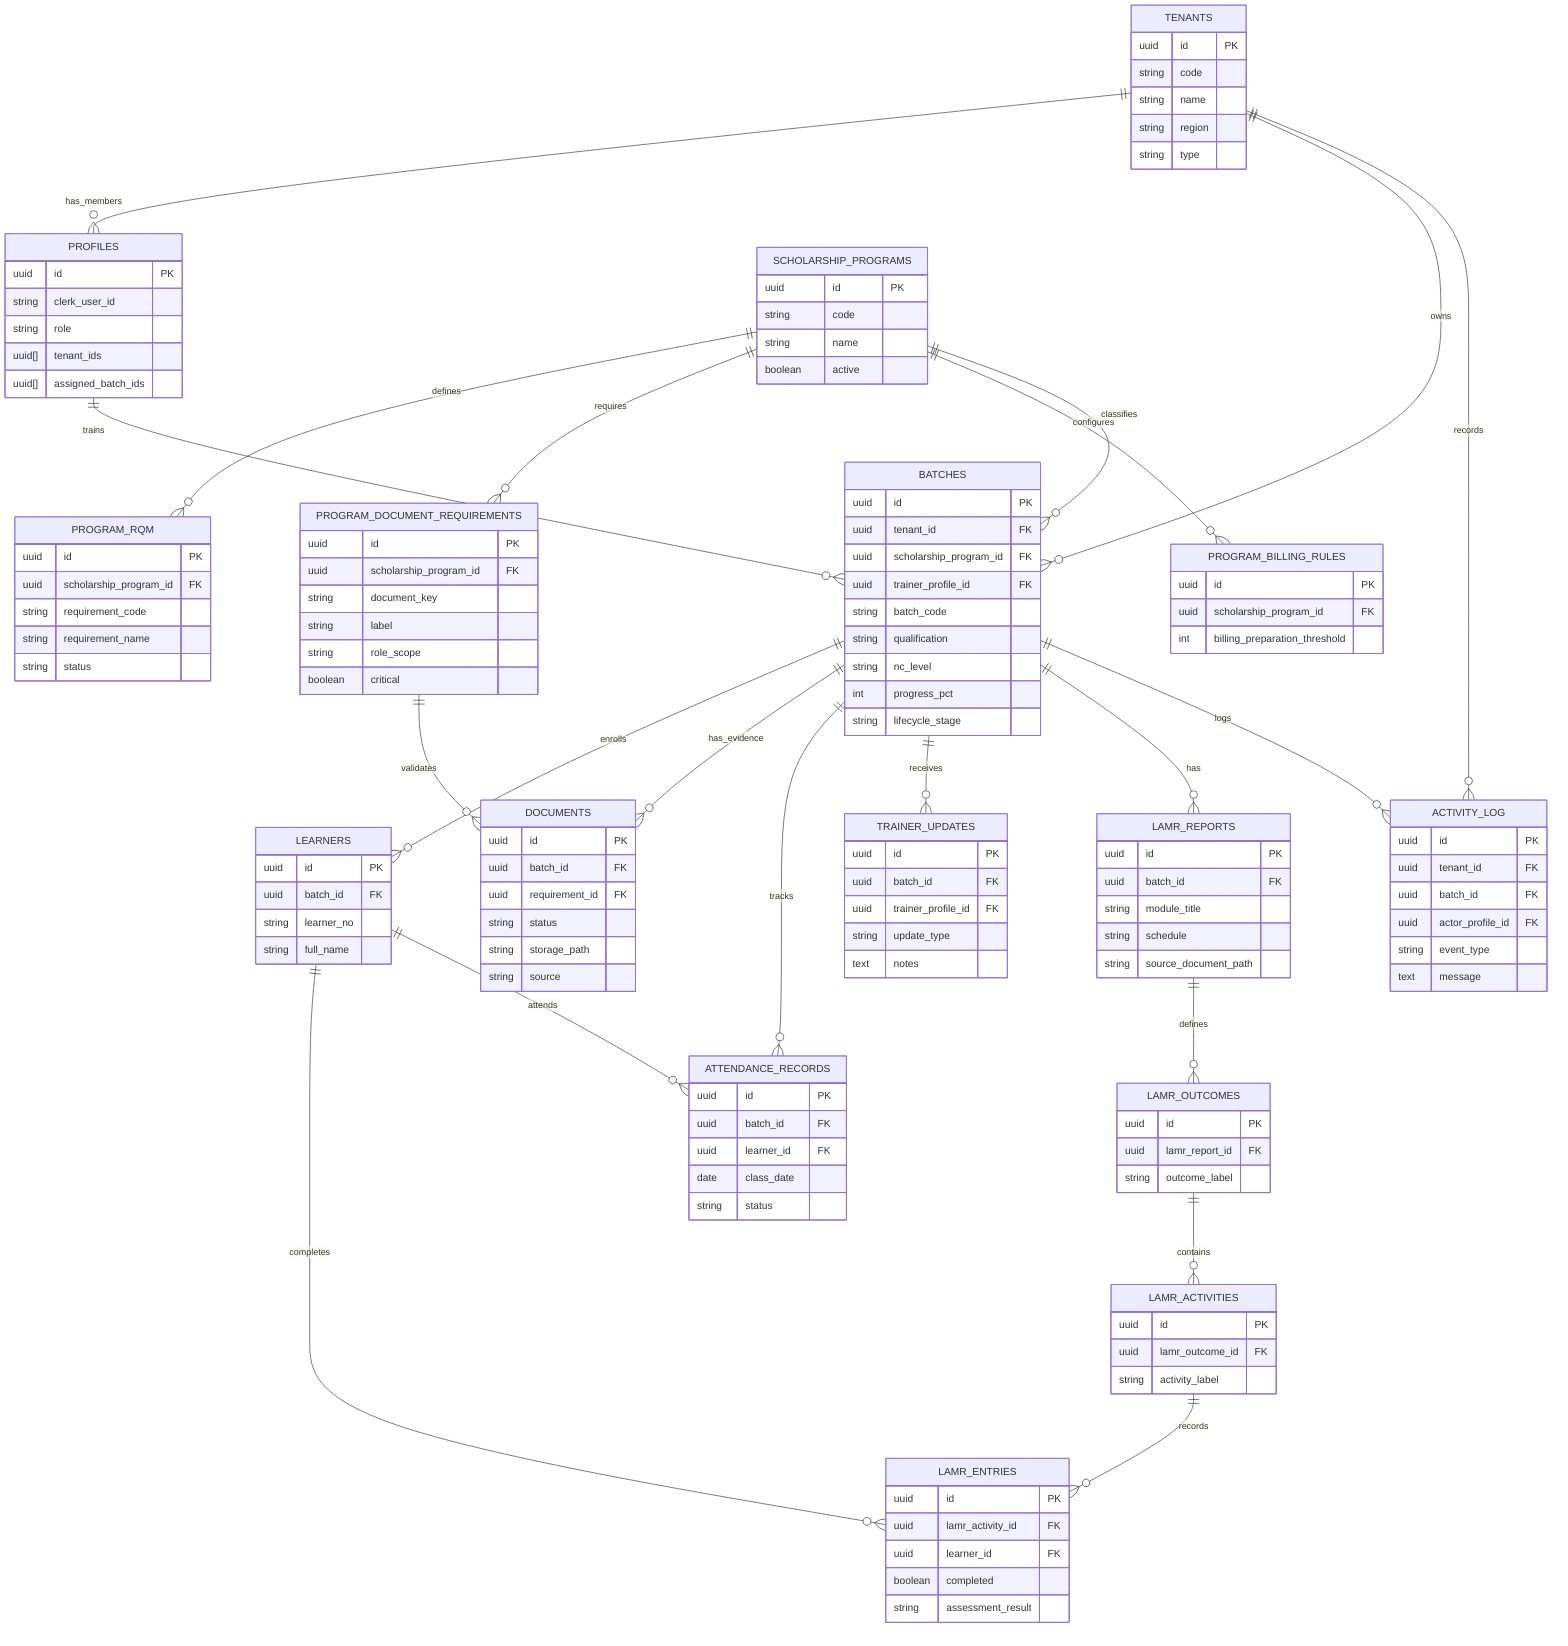
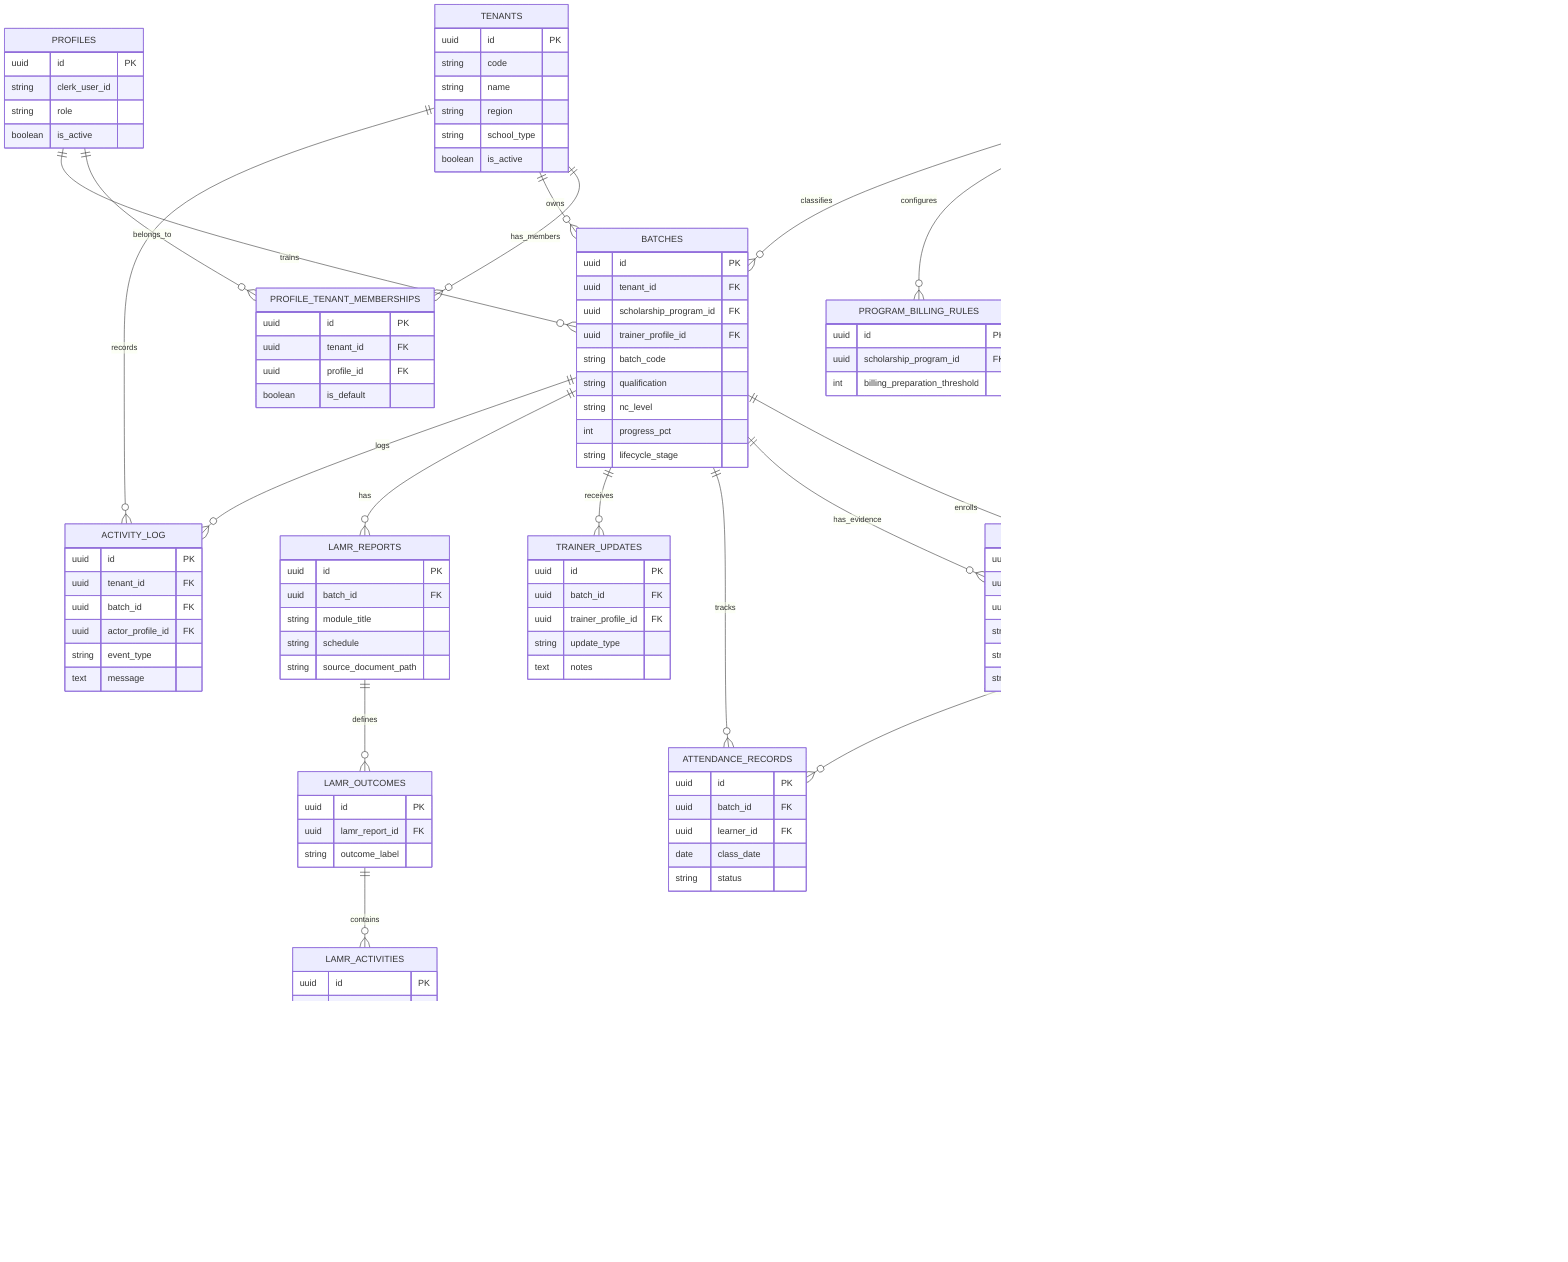
erDiagram
-   TENANTS ||--o{ PROFILES : has_members
+   TENANTS ||--o{ PROFILE_TENANT_MEMBERSHIPS : has_members
+   PROFILES ||--o{ PROFILE_TENANT_MEMBERSHIPS : belongs_to
  TENANTS ||--o{ BATCHES : owns
  TENANTS ||--o{ ACTIVITY_LOG : records

  SCHOLARSHIP_PROGRAMS ||--o{ PROGRAM_RQM : defines
  SCHOLARSHIP_PROGRAMS ||--o{ PROGRAM_DOCUMENT_REQUIREMENTS : requires
  SCHOLARSHIP_PROGRAMS ||--o{ PROGRAM_BILLING_RULES : configures
  SCHOLARSHIP_PROGRAMS ||--o{ BATCHES : classifies

  PROFILES ||--o{ BATCHES : trains
  BATCHES ||--o{ LEARNERS : enrolls
  BATCHES ||--o{ DOCUMENTS : has_evidence
  BATCHES ||--o{ ATTENDANCE_RECORDS : tracks
  BATCHES ||--o{ TRAINER_UPDATES : receives
  BATCHES ||--o{ LAMR_REPORTS : has
  BATCHES ||--o{ ACTIVITY_LOG : logs

  PROGRAM_DOCUMENT_REQUIREMENTS ||--o{ DOCUMENTS : validates

  LAMR_REPORTS ||--o{ LAMR_OUTCOMES : defines
  LAMR_OUTCOMES ||--o{ LAMR_ACTIVITIES : contains
  LAMR_ACTIVITIES ||--o{ LAMR_ENTRIES : records
  LEARNERS ||--o{ LAMR_ENTRIES : completes
  LEARNERS ||--o{ ATTENDANCE_RECORDS : attends

  TENANTS {
    uuid id PK
    string code
    string name
    string region
-     string type
+     string school_type
+     boolean is_active
  }

  PROFILES {
    uuid id PK
    string clerk_user_id
    string role
-     uuid[] tenant_ids
-     uuid[] assigned_batch_ids
+     boolean is_active
+   }
+ 
+   PROFILE_TENANT_MEMBERSHIPS {
+     uuid id PK
+     uuid tenant_id FK
+     uuid profile_id FK
+     boolean is_default
  }

  SCHOLARSHIP_PROGRAMS {
    uuid id PK
    string code
    string name
    boolean active
  }

  PROGRAM_RQM {
    uuid id PK
    uuid scholarship_program_id FK
    string requirement_code
    string requirement_name
    string status
  }

  PROGRAM_DOCUMENT_REQUIREMENTS {
    uuid id PK
    uuid scholarship_program_id FK
    string document_key
    string label
    string role_scope
    boolean critical
  }

  PROGRAM_BILLING_RULES {
    uuid id PK
    uuid scholarship_program_id FK
    int billing_preparation_threshold
  }

  BATCHES {
    uuid id PK
    uuid tenant_id FK
    uuid scholarship_program_id FK
    uuid trainer_profile_id FK
    string batch_code
    string qualification
    string nc_level
    int progress_pct
    string lifecycle_stage
  }

  LEARNERS {
    uuid id PK
    uuid batch_id FK
    string learner_no
    string full_name
  }

  DOCUMENTS {
    uuid id PK
    uuid batch_id FK
    uuid requirement_id FK
    string status
    string storage_path
    string source
  }

  ATTENDANCE_RECORDS {
    uuid id PK
    uuid batch_id FK
    uuid learner_id FK
    date class_date
    string status
  }

  TRAINER_UPDATES {
    uuid id PK
    uuid batch_id FK
    uuid trainer_profile_id FK
    string update_type
    text notes
  }

  LAMR_REPORTS {
    uuid id PK
    uuid batch_id FK
    string module_title
    string schedule
    string source_document_path
  }

  LAMR_OUTCOMES {
    uuid id PK
    uuid lamr_report_id FK
    string outcome_label
  }

  LAMR_ACTIVITIES {
    uuid id PK
    uuid lamr_outcome_id FK
    string activity_label
  }

  LAMR_ENTRIES {
    uuid id PK
    uuid lamr_activity_id FK
    uuid learner_id FK
    boolean completed
    string assessment_result
  }

  ACTIVITY_LOG {
    uuid id PK
    uuid tenant_id FK
    uuid batch_id FK
    uuid actor_profile_id FK
    string event_type
    text message
  }